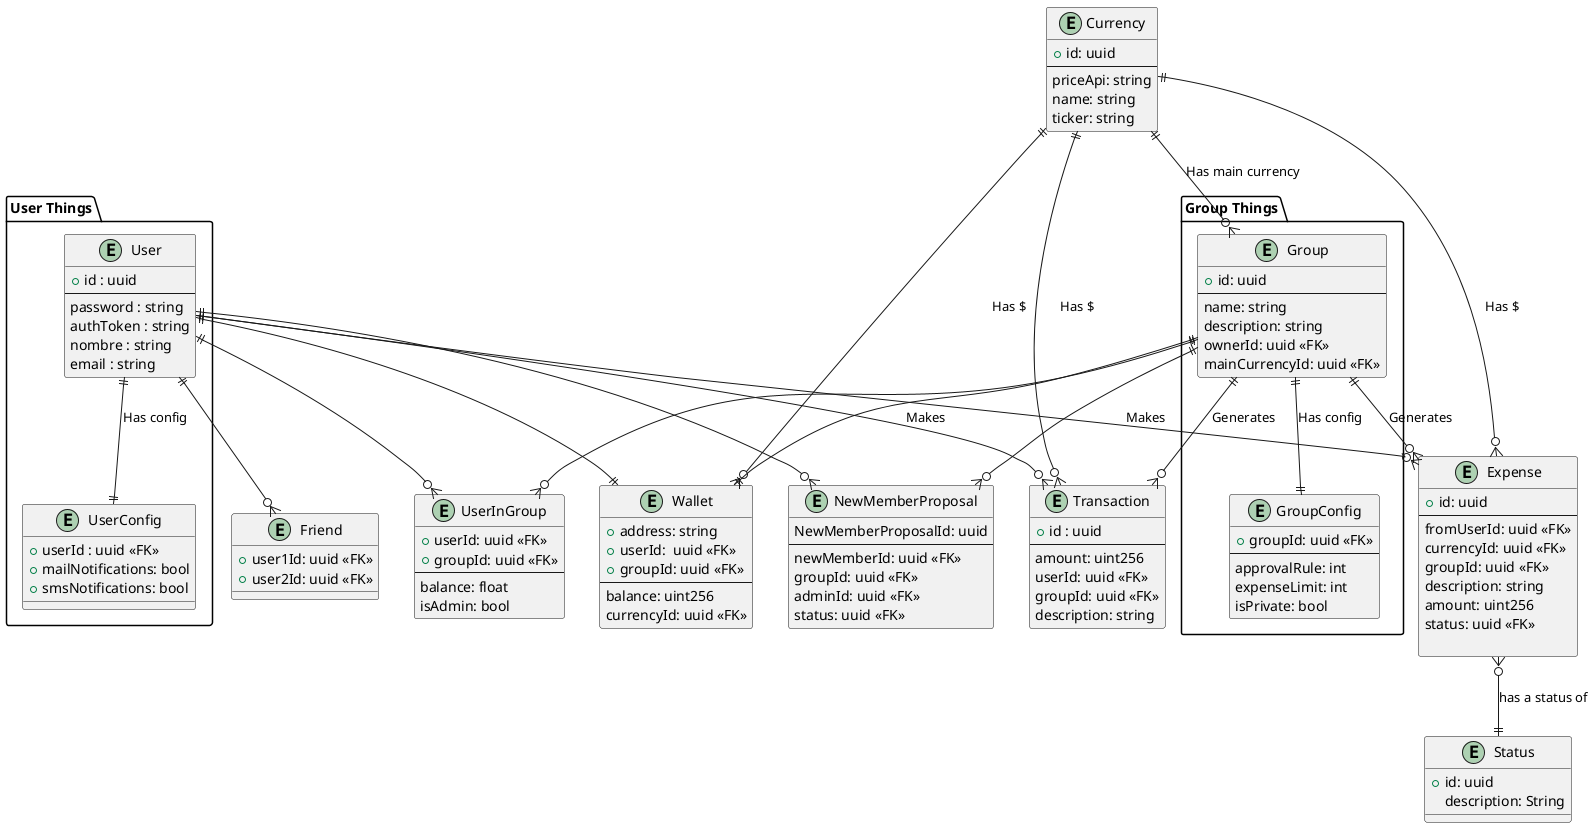
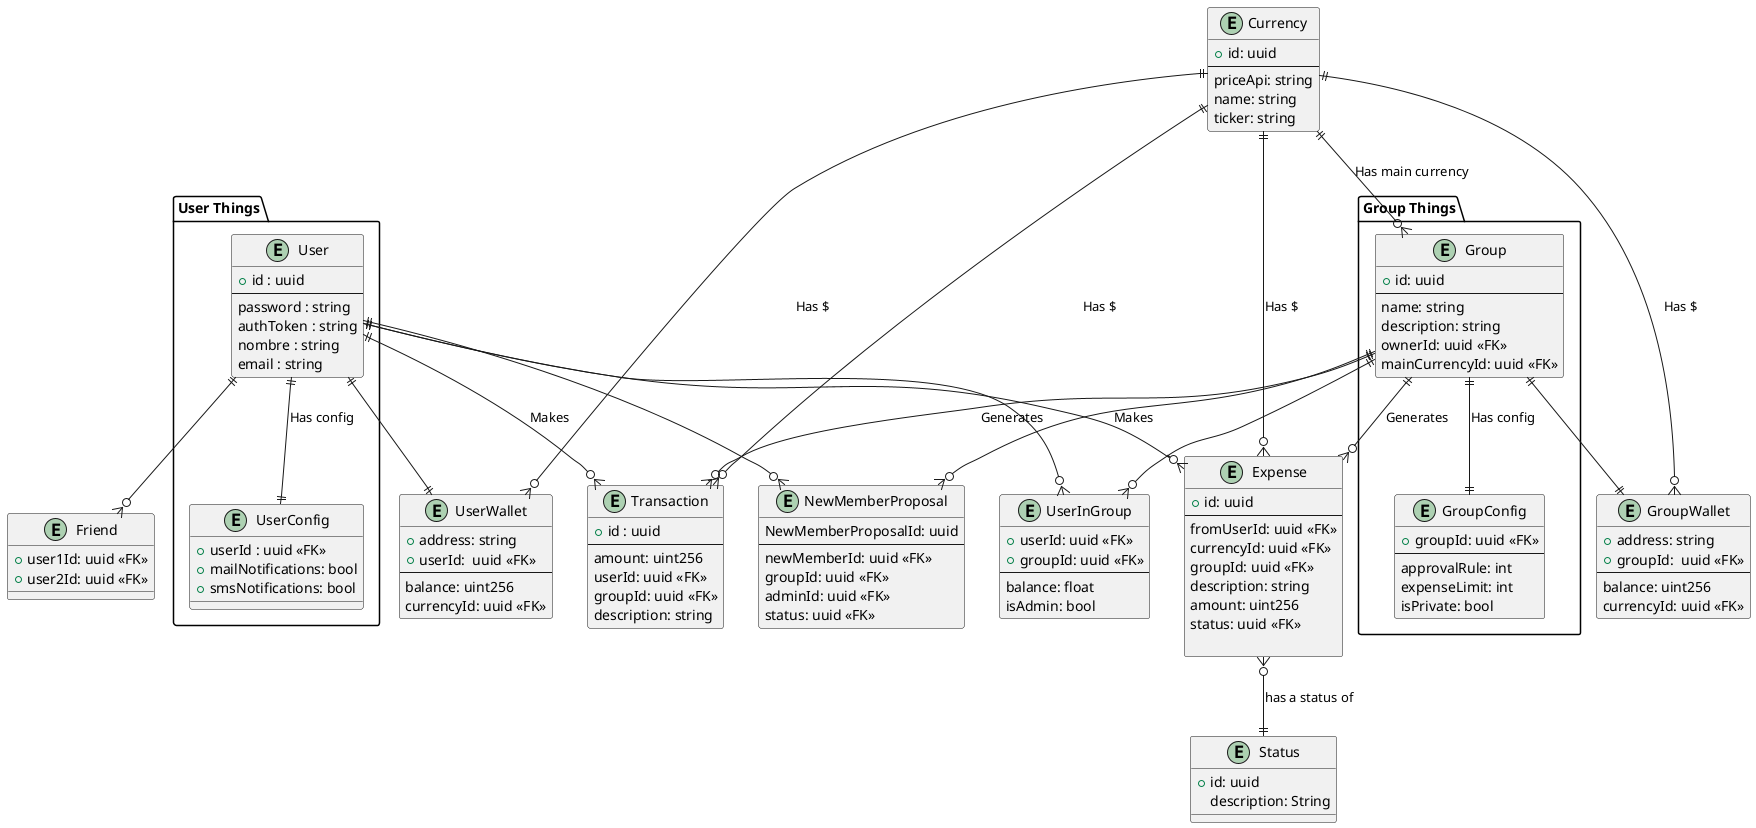
@startuml entity-relationship


package "User Things" {
    entity "User" {
      +id : uuid
      --
      password : string
      authToken : string
      nombre : string
      email : string
    }

    entity "UserConfig" {
        +userId : uuid <<FK>>
        +mailNotifications: bool
        +smsNotifications: bool
    }
}

package "Group Things"{
    entity "Group" {
    +id: uuid
    ---
    name: string
    description: string
    ownerId: uuid <<FK>>
    mainCurrencyId: uuid <<FK>>
    }
    entity "GroupConfig"{
        +groupId: uuid <<FK>>
        ---
        approvalRule: int
        expenseLimit: int
        isPrivate: bool
    }
}

entity "Friend"{
    +user1Id: uuid <<FK>>
    +user2Id: uuid <<FK>>
}
'chequeos de que el que invita sea admin del grupo'
'que el nuevo miembro no sea parte del grupo'
entity "NewMemberProposal"{
    NewMemberProposalId: uuid
    ---
    newMemberId: uuid <<FK>>
    groupId: uuid <<FK>>
    adminId: uuid <<FK>>
    status: uuid <<FK>>
}

- entity "Wallet"{
+ entity "UserWallet"{
    +address: string
-     'Solo uno de los id puede tener valor el otro seria nulo'
    +userId:  uuid <<FK>>
-     +groupId: uuid <<FK>>
+     ---
+     balance: uint256
+     currencyId: uuid <<FK>>
+ }
+ entity "GroupWallet"{
+     +address: string
+     +groupId:  uuid <<FK>>
    ---
    balance: uint256
    currencyId: uuid <<FK>>
}



entity "Transaction" {
    +id : uuid
    ---
    amount: uint256
' If negative -> withdraw, else -> deposit
    userId: uuid <<FK>>
    groupId: uuid <<FK>>
    description: string
}

entity "Currency" {
    +id: uuid
    ---
    priceApi: string
    name: string
    ticker: string
}
entity "UserInGroup"{
    +userId: uuid <<FK>>
    +groupId: uuid <<FK>>
    ---
    balance: float
    isAdmin: bool
}

entity "Expense" {
    +id: uuid
    ---
    fromUserId: uuid <<FK>>
    currencyId: uuid <<FK>>
    groupId: uuid <<FK>>
    description: string
    amount: uint256
    status: uuid <<FK>>

}

entity "Status"{
    'Podrían ser PENDING, APPROVED, REJECTED'
    +id: uuid
    description: String
}


User ||--|| UserConfig : Has config
User ||--o{ Expense : Makes

User ||--o{ UserInGroup
Group ||--o{ UserInGroup


Currency ||--o{ Expense: Has $
Group ||--o{ Expense : Generates
Currency ||--o{ Group : Has main currency

- Currency ||--o{ Wallet: Has $
- User ||--|| Wallet
- Group ||--|| Wallet
+ Currency ||--o{ UserWallet: Has $
+ Currency ||--o{ GroupWallet: Has $
+ User ||--|| UserWallet
+ Group ||--|| GroupWallet

Currency ||--o{ Transaction: Has $
Group ||--o{ Transaction : Generates
User ||--o{ Transaction : Makes

User ||--o{ Friend
Group ||--|| GroupConfig: Has config

Expense }o--|| Status: has a status of

User ||--o{ NewMemberProposal
Group ||--o{ NewMemberProposal

@enduml